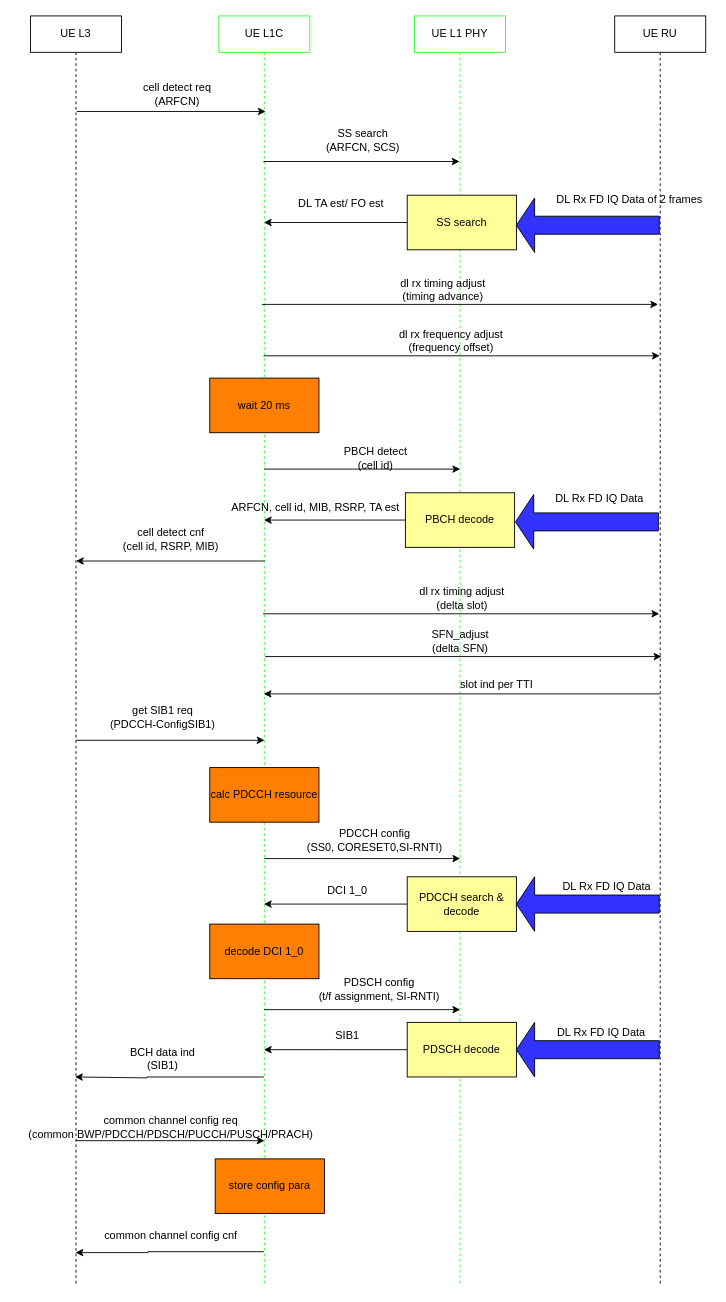
Above: page "UE Cell Search Procedure" (12 of 13) of 1.drawio in wubobupt/drawio (draw.io), before the change. Source tidied: cells renumbered, new cells numbered last; positions are measured from the earlier drawing's top-left corner, leaving out a move shared by most shapes. Both pictures are drawn from the tidied source at 91%, with x=0, y=0 at pixel (15, 15).
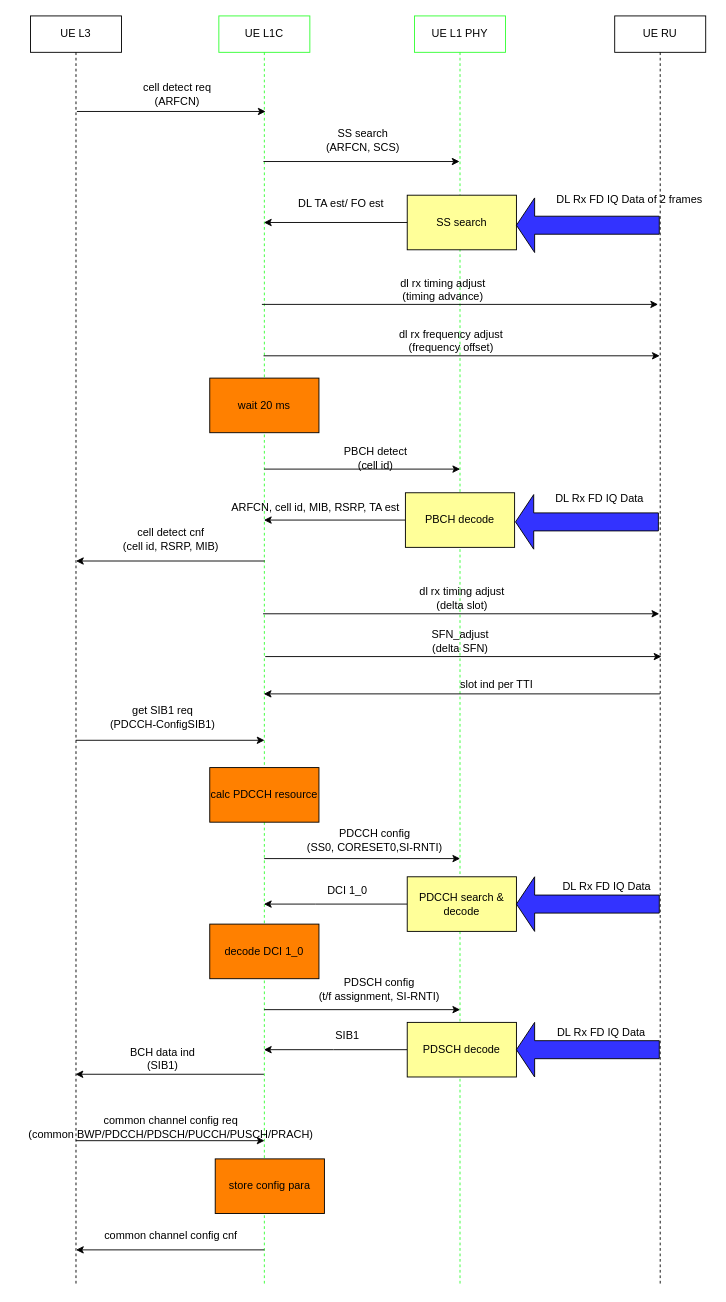
Above is the later version.

The change refers to these unchanged cells:
```xml
<mxCell id="2" value="UE L3" style="shape=umlLifeline;perimeter=lifelinePerimeter;whiteSpace=wrap;html=1;outlineConnect=0;portConstraint=eastwest;newEdgeStyle={&quot;curved&quot;:0,&quot;rounded&quot;:0};" parent="1" vertex="1">
  <mxGeometry x="17" width="100" height="1396" as="geometry" />
</mxCell>
<mxCell id="3" value="UE L1C" style="shape=umlLifeline;perimeter=lifelinePerimeter;whiteSpace=wrap;html=1;outlineConnect=0;portConstraint=eastwest;newEdgeStyle={&quot;curved&quot;:0,&quot;rounded&quot;:0};strokeColor=#33FF33;" parent="1" vertex="1">
  <mxGeometry x="224" width="100" height="1396" as="geometry" />
</mxCell>
```

Change to the diagram source:
```diff
@@
-    <mxCell id="53" style="edgeStyle=orthogonalEdgeStyle;rounded=0;orthogonalLoop=1;jettySize=auto;html=1;" parent="1" edge="1">
-      <mxGeometry relative="1" as="geometry">
-        <mxPoint x="273.5" y="1166" as="sourcePoint" />
-        <mxPoint x="66" y="1166" as="targetPoint" />
-        <Array as="points">
-          <mxPoint x="145" y="1166" />
-          <mxPoint x="66" y="1167" />
-        </Array>
-      </mxGeometry>
-    </mxCell>
@@
-    <mxCell id="58" style="edgeStyle=orthogonalEdgeStyle;rounded=0;jettySize=auto;html=1;" parent="1" edge="1" source="3" target="2">
-      <mxGeometry relative="1" as="geometry">
-        <Array as="points">
-          <mxPoint x="146" y="1358" />
-          <mxPoint x="146" y="1359" />
-        </Array>
-      </mxGeometry>
-    </mxCell>
@@
+    <mxCell id="60" style="edgeStyle=none;orthogonalLoop=1;jettySize=auto;html=1;rounded=0;" parent="1" edge="1">
+      <mxGeometry relative="1" as="geometry">
+        <mxPoint x="273.5" y="1163" as="sourcePoint" />
+        <mxPoint x="66.5" y="1163" as="targetPoint" />
+      </mxGeometry>
+    </mxCell>
+    <mxCell id="61" style="edgeStyle=none;orthogonalLoop=1;jettySize=auto;html=1;rounded=0;" parent="1" edge="1">
+      <mxGeometry relative="1" as="geometry">
+        <mxPoint x="274" y="1356" as="sourcePoint" />
+        <mxPoint x="67" y="1356" as="targetPoint" />
+      </mxGeometry>
+    </mxCell>
```
